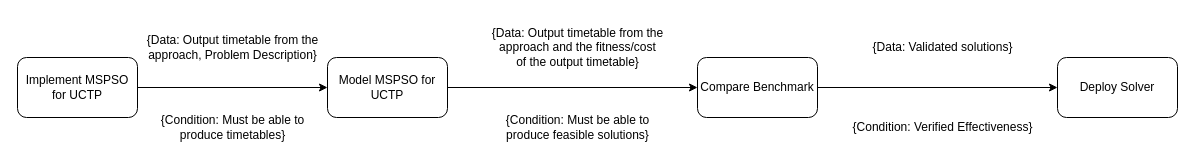
This is map of precedence.drawio from Gian44/skeleton-manuscript, a draw.io file, before an edit. Source tidied: cells renumbered, new cells numbered last; positions are measured from the earlier drawing's top-left corner, leaving out a move shared by most shapes. Both pictures are drawn from the tidied source at 100%, with x=0, y=0 at pixel (17, 17).
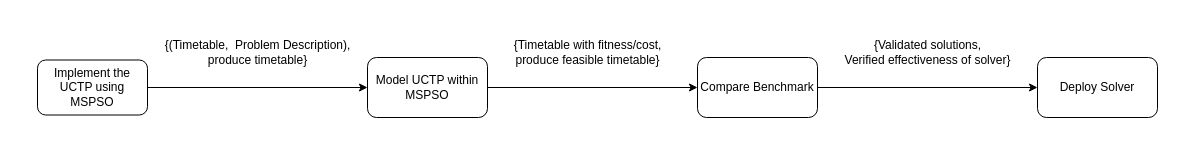
The same page after the edit.

Diff of the diagram source:
```diff
@@
 <mxGraphModel>
   <root>
     <mxCell id="0" />
     <mxCell id="1" parent="0" />
     <mxCell id="2" style="edgeStyle=orthogonalEdgeStyle;rounded=0;jettySize=auto;html=1;entryX=0;entryY=0.5;entryDx=0;entryDy=0;" parent="1" edge="1" source="3" target="5">
       <mxGeometry relative="1" as="geometry" />
     </mxCell>
-    <mxCell id="3" value="Implement MSPSO for UCTP" style="rounded=1;whiteSpace=wrap;html=1;" parent="1" vertex="1">
-      <mxGeometry y="40" width="120" height="60" as="geometry" />
+    <mxCell id="3" value="&lt;span class=&quot;OYPEnA font-feature-liga-off font-feature-clig-off font-feature-calt-off text-decoration-none text-strikethrough-none&quot;&gt;Implement the UCTP using MSPSO&lt;/span&gt;" style="rounded=1;whiteSpace=wrap;html=1;" parent="1" vertex="1">
+      <mxGeometry x="20" y="42.5" width="110" height="55" as="geometry" />
     </mxCell>
     <mxCell id="4" style="edgeStyle=orthogonalEdgeStyle;rounded=0;jettySize=auto;html=1;" parent="1" edge="1" source="5" target="7">
       <mxGeometry relative="1" as="geometry" />
     </mxCell>
-    <mxCell id="5" value="Model MSPSO for UCTP" style="rounded=1;whiteSpace=wrap;html=1;" parent="1" vertex="1">
-      <mxGeometry x="310" y="40" width="120" height="60" as="geometry" />
+    <mxCell id="5" value="Model UCTP within MSPSO" style="rounded=1;whiteSpace=wrap;html=1;" parent="1" vertex="1">
+      <mxGeometry x="350" y="40" width="120" height="60" as="geometry" />
     </mxCell>
     <mxCell id="6" style="edgeStyle=orthogonalEdgeStyle;rounded=0;jettySize=auto;html=1;" parent="1" edge="1" source="7" target="8">
       <mxGeometry relative="1" as="geometry" />
     </mxCell>
     <mxCell id="7" value="Compare Benchmark" style="rounded=1;whiteSpace=wrap;html=1;" parent="1" vertex="1">
       <mxGeometry x="680" y="40" width="120" height="60" as="geometry" />
     </mxCell>
     <mxCell id="8" value="Deploy Solver" style="rounded=1;whiteSpace=wrap;html=1;" parent="1" vertex="1">
-      <mxGeometry x="1040" y="40" width="120" height="60" as="geometry" />
+      <mxGeometry x="1020" y="40" width="120" height="60" as="geometry" />
     </mxCell>
-    <mxCell id="9" value="{Data: Output timetable from the &lt;br&gt;approach and the fitness/cost &lt;br&gt;of the output timetable}" style="text;html=1;align=center;verticalAlign=middle;strokeColor=none;fillColor=none;" parent="1" vertex="1">
-      <mxGeometry x="465" width="190" height="60" as="geometry" />
+    <mxCell id="9" value="{Timetable with fitness/cost, &lt;br&gt;produce feasible timetable}" style="text;html=1;align=center;verticalAlign=middle;strokeColor=none;fillColor=none;" parent="1" vertex="1">
+      <mxGeometry x="490" y="20" width="160" height="30" as="geometry" />
     </mxCell>
-    <mxCell id="10" value="{Condition: Must be able to &lt;br&gt;produce timetables}" style="text;html=1;align=center;verticalAlign=middle;strokeColor=none;fillColor=none;" parent="1" vertex="1">
-      <mxGeometry x="130" y="90" width="170" height="40" as="geometry" />
-    </mxCell>
-    <mxCell id="11" value="{Data: Output timetable from the &lt;br&gt;approach, Problem Description}" style="text;html=1;align=center;verticalAlign=middle;strokeColor=none;fillColor=none;" parent="1" vertex="1">
-      <mxGeometry x="120" y="15" width="190" height="30" as="geometry" />
+    <mxCell id="11" value="{(Timetable,&amp;nbsp; Problem Description), &lt;br&gt;produce timetable}" style="text;html=1;align=center;verticalAlign=middle;strokeColor=none;fillColor=none;" parent="1" vertex="1">
+      <mxGeometry x="140" y="20" width="200" height="30" as="geometry" />
     </mxCell>
-    <mxCell id="12" value="{Condition: Must be able to &lt;br&gt;produce feasible solutions}" style="text;html=1;align=center;verticalAlign=middle;strokeColor=none;fillColor=none;" parent="1" vertex="1">
-      <mxGeometry x="475" y="90" width="170" height="40" as="geometry" />
-    </mxCell>
-    <mxCell id="13" value="{Data: Validated solutions}" style="text;html=1;align=center;verticalAlign=middle;strokeColor=none;fillColor=none;" parent="1" vertex="1">
-      <mxGeometry x="845" y="20" width="160" height="20" as="geometry" />
+    <mxCell id="13" value="{Validated solutions, &lt;br&gt;Verified effectiveness of solver}" style="text;html=1;align=center;verticalAlign=middle;strokeColor=none;fillColor=none;" parent="1" vertex="1">
+      <mxGeometry x="820" y="20" width="180" height="30" as="geometry" />
     </mxCell>
-    <mxCell id="14" value="{Condition: Verified Effectiveness}" style="text;html=1;align=center;verticalAlign=middle;strokeColor=none;fillColor=none;" parent="1" vertex="1">
-      <mxGeometry x="825" y="100" width="200" height="20" as="geometry" />
-    </mxCell>
   </root>
 </mxGraphModel>
```
